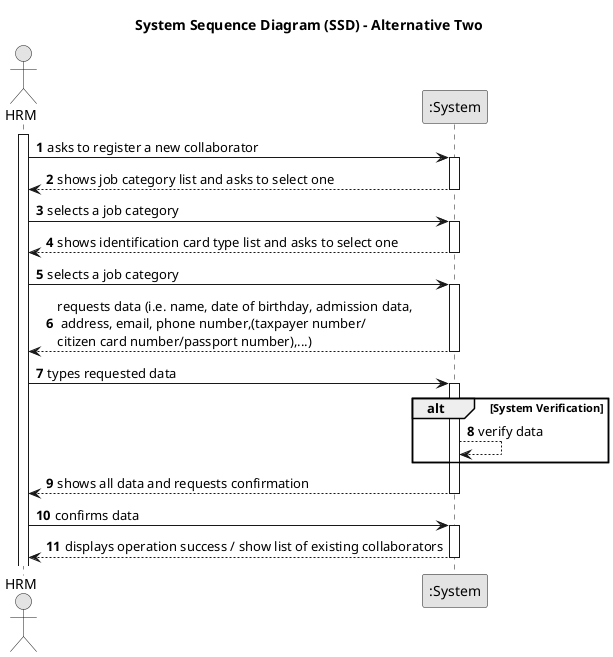
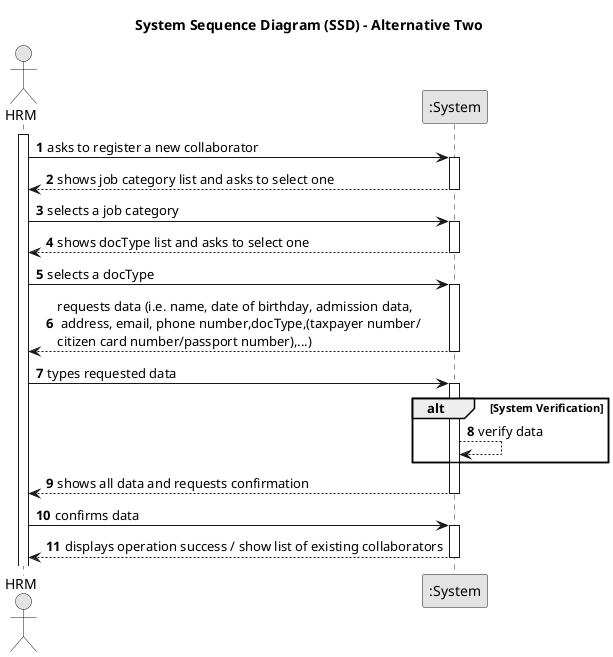
@startuml
skinparam monochrome true
skinparam packageStyle rectangle
skinparam shadowing false

title System Sequence Diagram (SSD) - Alternative Two

autonumber

actor "HRM" as Manager
participant ":System" as System

activate Manager

    Manager -> System : asks to register a new collaborator
    activate System

        System --> Manager : shows job category list and asks to select one
    deactivate System

    Manager -> System : selects a job category
    activate System

-      System --> Manager : shows identification card type list and asks to select one
+      System --> Manager : shows docType list and asks to select one
        deactivate System

-         Manager -> System : selects a job category
+         Manager -> System : selects a docType
        activate System

-         System --> Manager : requests data (i.e. name, date of birthday, admission data,\n address, email, phone number,(taxpayer number/\ncitizen card number/passport number),...)
+         System --> Manager : requests data (i.e. name, date of birthday, admission data,\n address, email, phone number,docType,(taxpayer number/\ncitizen card number/passport number),...)
    deactivate System

    Manager -> System : types requested data
    activate System
    alt System Verification
    System --> System : verify data
    end
        System --> Manager :shows all data and requests confirmation
    deactivate System

    Manager -> System : confirms data
    activate System

        System --> Manager : displays operation success / show list of existing collaborators
    deactivate System
@enduml